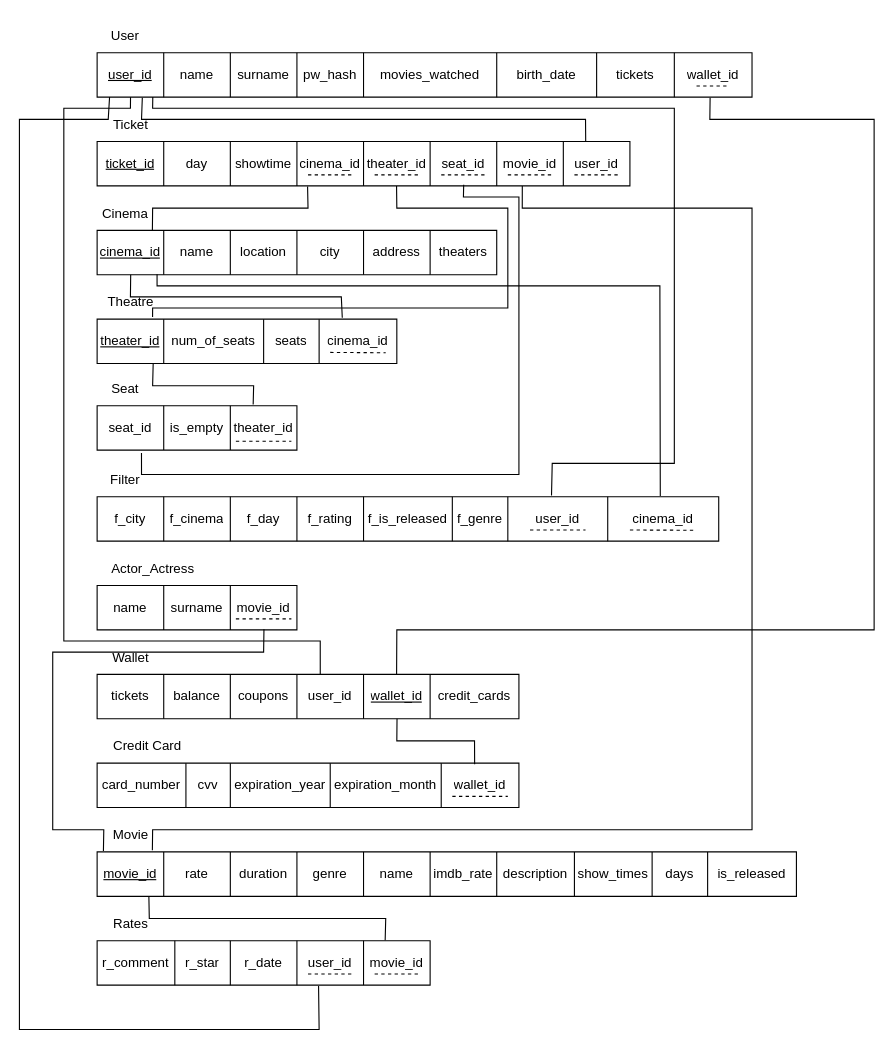
Earlier version of the draw.io diagram proje_diagram_tablo.drawio (kelma01/dbms_project). Source tidied: cells renumbered, new cells numbered last; positions are measured from the earlier drawing's top-left corner, leaving out a move shared by most shapes. Both pictures are drawn from the tidied source at 111%, with x=0, y=0 at pixel (19, 19).
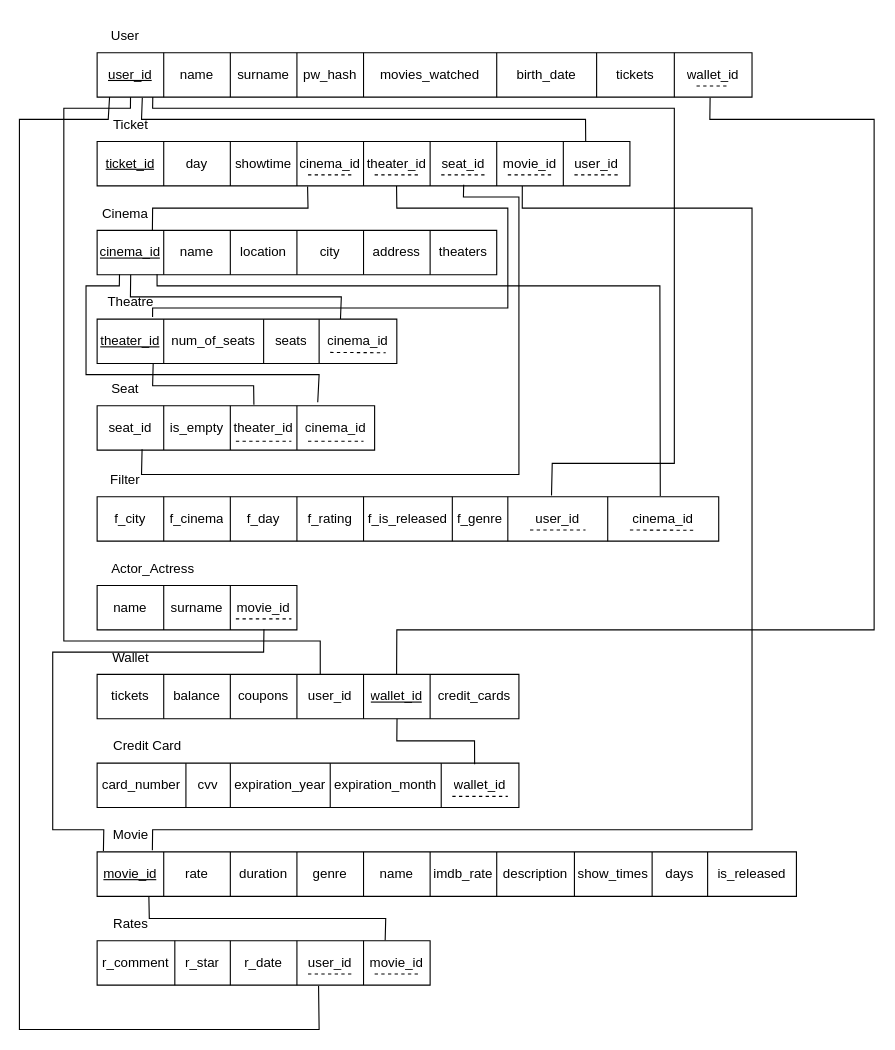
Above is the later version.

Commit message:
seat'e cinema_id fk eklendi

The change refers to these unchanged cells:
```xml
<mxCell id="14" style="shape=tableRow;horizontal=0;startSize=0;swimlaneHead=0;swimlaneBody=0;strokeColor=inherit;top=0;left=0;bottom=0;right=0;fillColor=none;points=[[0,0.5],[1,0.5]];portConstraint=eastwest;" parent="13" vertex="1">
  <mxGeometry width="480" height="40" as="geometry" />
</mxCell>
<mxCell id="25" style="shape=tableRow;horizontal=0;startSize=0;swimlaneHead=0;swimlaneBody=0;strokeColor=inherit;top=0;left=0;bottom=0;right=0;fillColor=none;points=[[0,0.5],[1,0.5]];portConstraint=eastwest;" parent="24" vertex="1">
  <mxGeometry width="360" height="40" as="geometry" />
</mxCell>
<mxCell id="34" style="shape=table;startSize=0;childLayout=tableLayout;" parent="1" vertex="1">
  <mxGeometry x="70" y="270" width="270" height="40" as="geometry" />
</mxCell>
<mxCell id="35" style="shape=tableRow;horizontal=0;startSize=0;swimlaneHead=0;swimlaneBody=0;strokeColor=inherit;top=0;left=0;bottom=0;right=0;fillColor=none;points=[[0,0.5],[1,0.5]];portConstraint=eastwest;" parent="34" vertex="1">
  <mxGeometry width="270" height="40" as="geometry" />
</mxCell>
```

What changed in the source:
```diff
@@
     <mxCell id="41" style="shape=table;startSize=0;childLayout=tableLayout;" parent="1" vertex="1">
-      <mxGeometry x="70" y="348" width="180" height="40" as="geometry" />
+      <mxGeometry x="70" y="348" width="250" height="40" as="geometry" />
     </mxCell>
     <mxCell id="42" style="shape=tableRow;horizontal=0;startSize=0;swimlaneHead=0;swimlaneBody=0;strokeColor=inherit;top=0;left=0;bottom=0;right=0;fillColor=none;points=[[0,0.5],[1,0.5]];portConstraint=eastwest;" parent="41" vertex="1">
-      <mxGeometry width="180" height="40" as="geometry" />
+      <mxGeometry width="250" height="40" as="geometry" />
     </mxCell>
@@
+    <mxCell id="130" value="cinema_id" style="shape=partialRectangle;html=1;whiteSpace=wrap;strokeColor=inherit;overflow=hidden;fillColor=none;top=0;left=0;bottom=0;right=0;" parent="42" vertex="1">
+      <mxGeometry x="180" width="70" height="40" as="geometry" />
+    </mxCell>
@@
-    <mxCell id="107" style="endArrow=none;html=1;rounded=0;entryX=0.818;entryY=-0.029;entryDx=0;entryDy=0;entryPerimeter=0;exitX=0.084;exitY=1.002;exitDx=0;exitDy=0;exitPerimeter=0;" parent="1" edge="1" source="25" target="35">
+    <mxCell id="107" style="endArrow=none;html=1;rounded=0;entryX=0.812;entryY=-0.003;entryDx=0;entryDy=0;entryPerimeter=0;exitX=0.084;exitY=1.002;exitDx=0;exitDy=0;exitPerimeter=0;" parent="1" edge="1" source="25" target="34">
       <mxGeometry relative="1" as="geometry">
         <Array as="points">
           <mxPoint x="100" y="250" />
           <mxPoint x="290" y="250" />
         </Array>
       </mxGeometry>
     </mxCell>
-    <mxCell id="108" style="endArrow=none;html=1;rounded=0;exitX=0.187;exitY=1.01;exitDx=0;exitDy=0;exitPerimeter=0;entryX=0.781;entryY=-0.025;entryDx=0;entryDy=0;entryPerimeter=0;" parent="1" edge="1" source="35" target="42">
+    <mxCell id="108" style="endArrow=none;html=1;rounded=0;exitX=0.187;exitY=1.01;exitDx=0;exitDy=0;exitPerimeter=0;entryX=0.565;entryY=-0.02;entryDx=0;entryDy=0;entryPerimeter=0;" parent="1" edge="1" source="35" target="42">
       <mxGeometry relative="1" as="geometry">
         <Array as="points">
           <mxPoint x="120" y="330" />
           <mxPoint x="211" y="330" />
         </Array>
       </mxGeometry>
     </mxCell>
@@
-    <mxCell id="112" style="endArrow=none;html=1;rounded=0;exitX=0.222;exitY=1.066;exitDx=0;exitDy=0;exitPerimeter=0;entryX=0.688;entryY=0.974;entryDx=0;entryDy=0;entryPerimeter=0;" parent="1" edge="1" source="42" target="14">
+    <mxCell id="112" style="endArrow=none;html=1;rounded=0;exitX=0.162;exitY=0.98;exitDx=0;exitDy=0;exitPerimeter=0;entryX=0.688;entryY=0.974;entryDx=0;entryDy=0;entryPerimeter=0;" parent="1" edge="1" source="42" target="14">
       <mxGeometry relative="1" as="geometry">
         <Array as="points">
           <mxPoint x="110" y="410" />
           <mxPoint x="450" y="410" />
           <mxPoint x="450" y="160" />
           <mxPoint x="400" y="160" />
         </Array>
       </mxGeometry>
     </mxCell>
@@
+    <mxCell id="131" style="endArrow=none;dashed=1;html=1;rounded=0;" parent="1" edge="1">
+      <mxGeometry relative="1" as="geometry">
+        <mxPoint x="260" y="380" as="sourcePoint" />
+        <mxPoint x="310" y="380" as="targetPoint" />
+      </mxGeometry>
+    </mxCell>
+    <mxCell id="132" style="endArrow=none;html=1;rounded=0;entryX=0.795;entryY=-0.08;entryDx=0;entryDy=0;entryPerimeter=0;exitX=0.056;exitY=0.992;exitDx=0;exitDy=0;exitPerimeter=0;" parent="1" edge="1" source="25" target="42">
+      <mxGeometry relative="1" as="geometry">
+        <Array as="points">
+          <mxPoint x="90" y="240" />
+          <mxPoint x="60" y="240" />
+          <mxPoint x="60" y="320" />
+          <mxPoint x="270" y="320" />
+        </Array>
+      </mxGeometry>
+    </mxCell>
```
